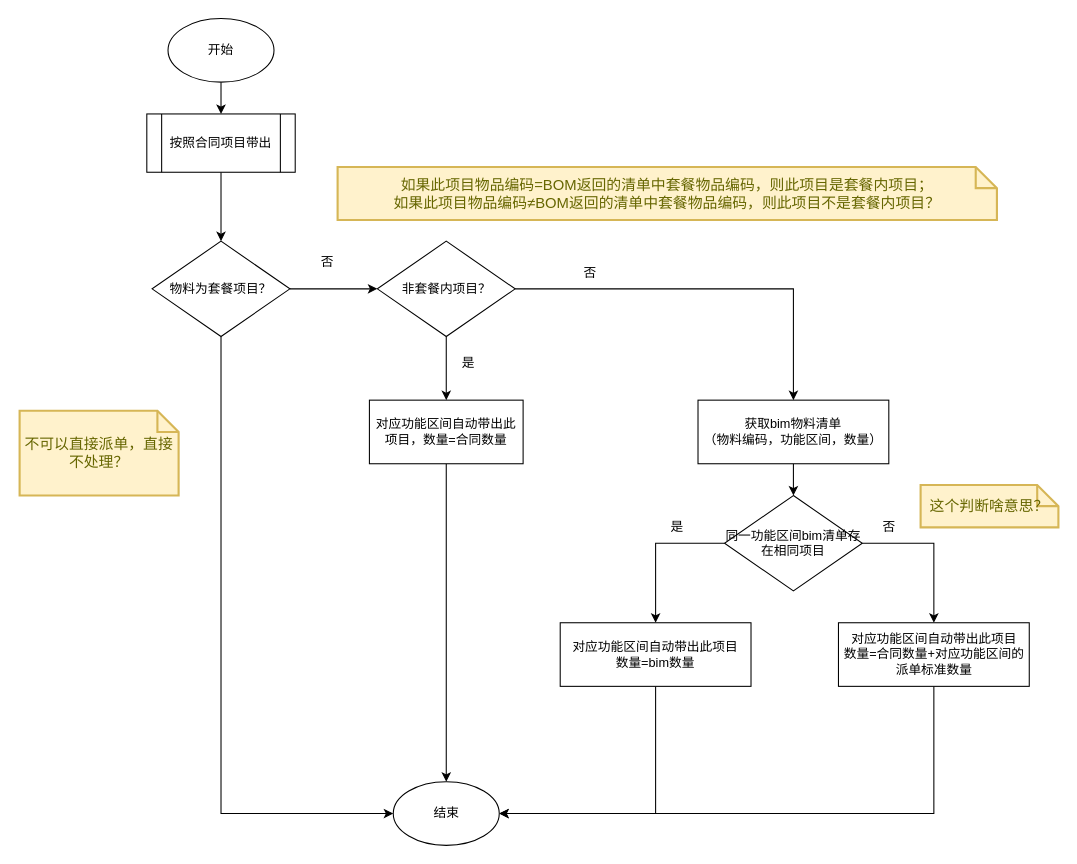
erlieStar/diagrams keeps this draw.io diagram as page "按照合同带出" (2 of 6) of ziroom/bim二期流程梳理.drawio. Above is the earlier version. Source tidied: cells renumbered, new cells numbered last; positions are measured from the earlier drawing's top-left corner, leaving out a move shared by most shapes. Both pictures are drawn from the tidied source at 106%, with x=0, y=0 at pixel (19, 18).
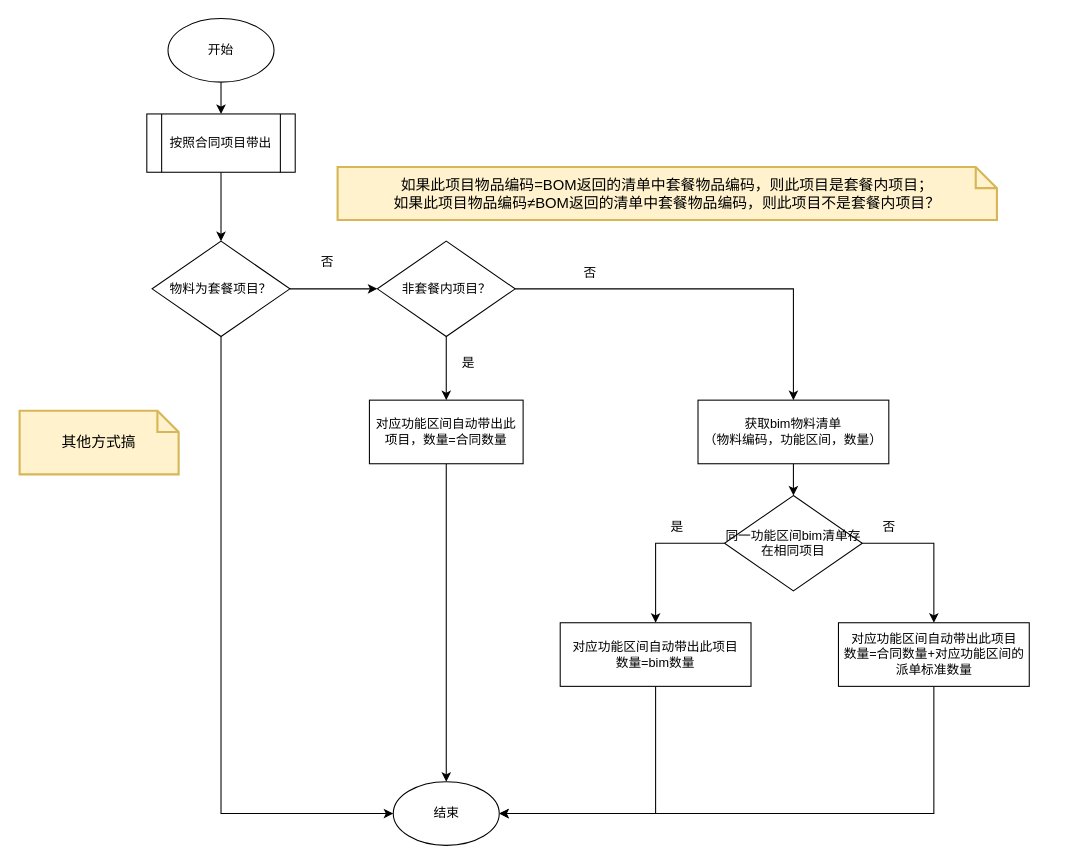
The same diagram, later.

Diff of the diagram source:
```diff
@@
-    <mxCell id="29" value="不可以直接派单，直接不处理？" style="shape=note;strokeWidth=2;fontSize=14;size=20;whiteSpace=wrap;html=1;fillColor=#fff2cc;strokeColor=#d6b656;fontColor=#666600;" parent="1" vertex="1">
-      <mxGeometry y="370" width="150" height="80" as="geometry" />
+    <mxCell id="29" value="其他方式搞" style="shape=note;strokeWidth=2;fontSize=14;size=20;whiteSpace=wrap;html=1;fillColor=#fff2cc;strokeColor=#d6b656;" parent="1" vertex="1">
+      <mxGeometry y="370" width="150" height="60" as="geometry" />
     </mxCell>
-    <mxCell id="30" value="&lt;span style=&quot;text-align: left;&quot;&gt;如果此项目物品编码=BOM返回的清单中套餐物品编码，则此项目是套餐内项目；&lt;/span&gt;&lt;br style=&quot;text-align: left;&quot;&gt;&lt;span style=&quot;text-align: left;&quot;&gt;如果此项目物品编码≠BOM返回的清单中套餐物品编码，则此项目不是套餐内项目？&lt;/span&gt;" style="shape=note;strokeWidth=2;fontSize=14;size=20;whiteSpace=wrap;html=1;fillColor=#fff2cc;strokeColor=#d6b656;fontColor=#666600;" parent="1" vertex="1">
+    <mxCell id="30" value="&lt;span style=&quot;text-align: left;&quot;&gt;如果此项目物品编码=BOM返回的清单中套餐物品编码，则此项目是套餐内项目；&lt;/span&gt;&lt;br style=&quot;text-align: left;&quot;&gt;&lt;span style=&quot;text-align: left;&quot;&gt;如果此项目物品编码≠BOM返回的清单中套餐物品编码，则此项目不是套餐内项目？&lt;/span&gt;" style="shape=note;strokeWidth=2;fontSize=14;size=20;whiteSpace=wrap;html=1;fillColor=#fff2cc;strokeColor=#d6b656;" parent="1" vertex="1">
       <mxGeometry x="300" y="140" width="622" height="50" as="geometry" />
     </mxCell>
-    <mxCell id="31" value="这个判断啥意思？" style="shape=note;strokeWidth=2;fontSize=14;size=20;whiteSpace=wrap;html=1;fillColor=#fff2cc;strokeColor=#d6b656;fontColor=#666600;" parent="1" vertex="1">
-      <mxGeometry x="850" y="440" width="130" height="40" as="geometry" />
-    </mxCell>
```
